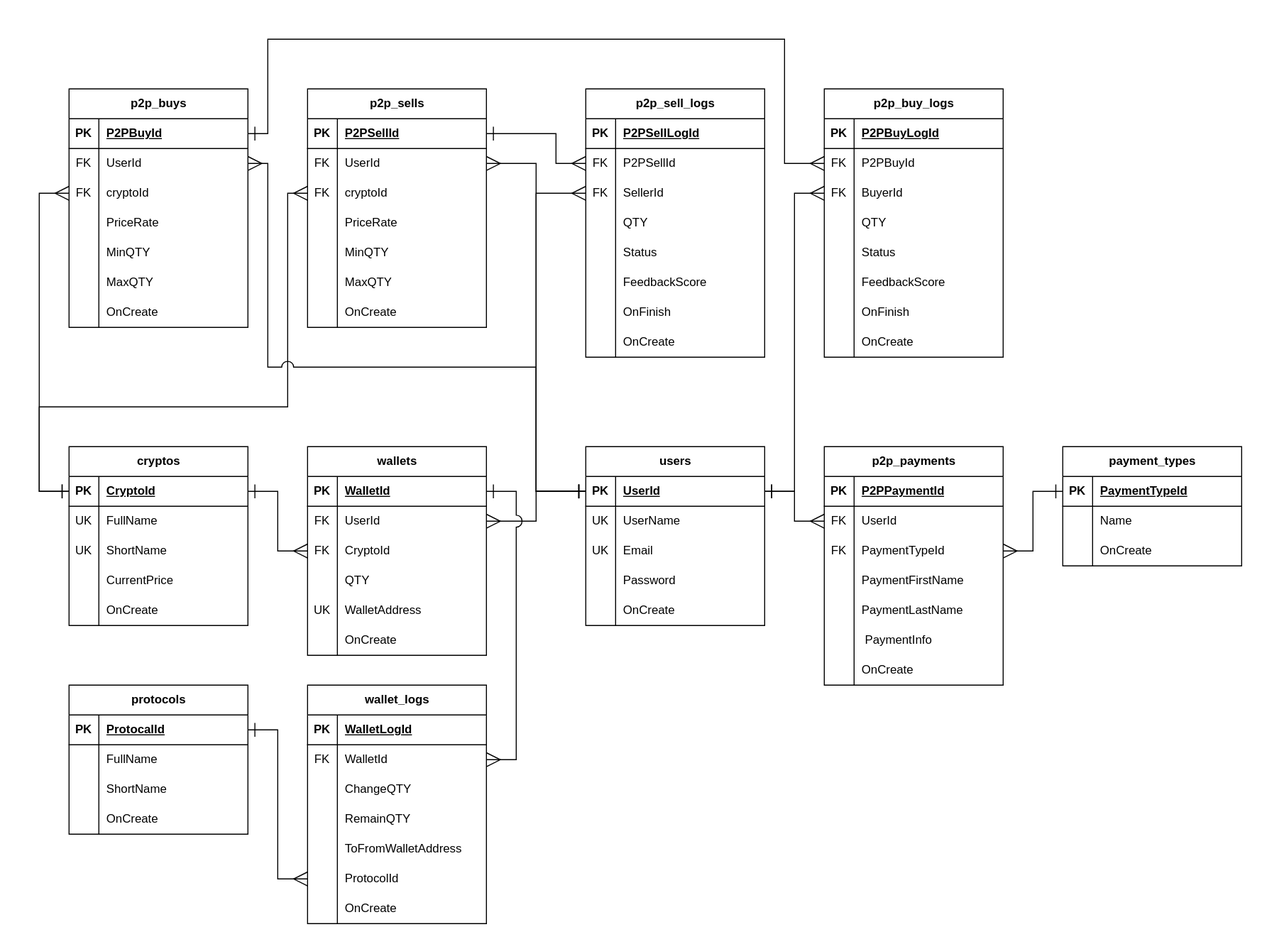
Above: diagram/ER_diagram.svg in MeRrai333/express_be_p2p_crypto_simulation_api (draw.io), before the change. Source tidied: cells renumbered, new cells last; positions are measured from the earlier drawing's top-left corner, leaving out a move shared by most shapes.
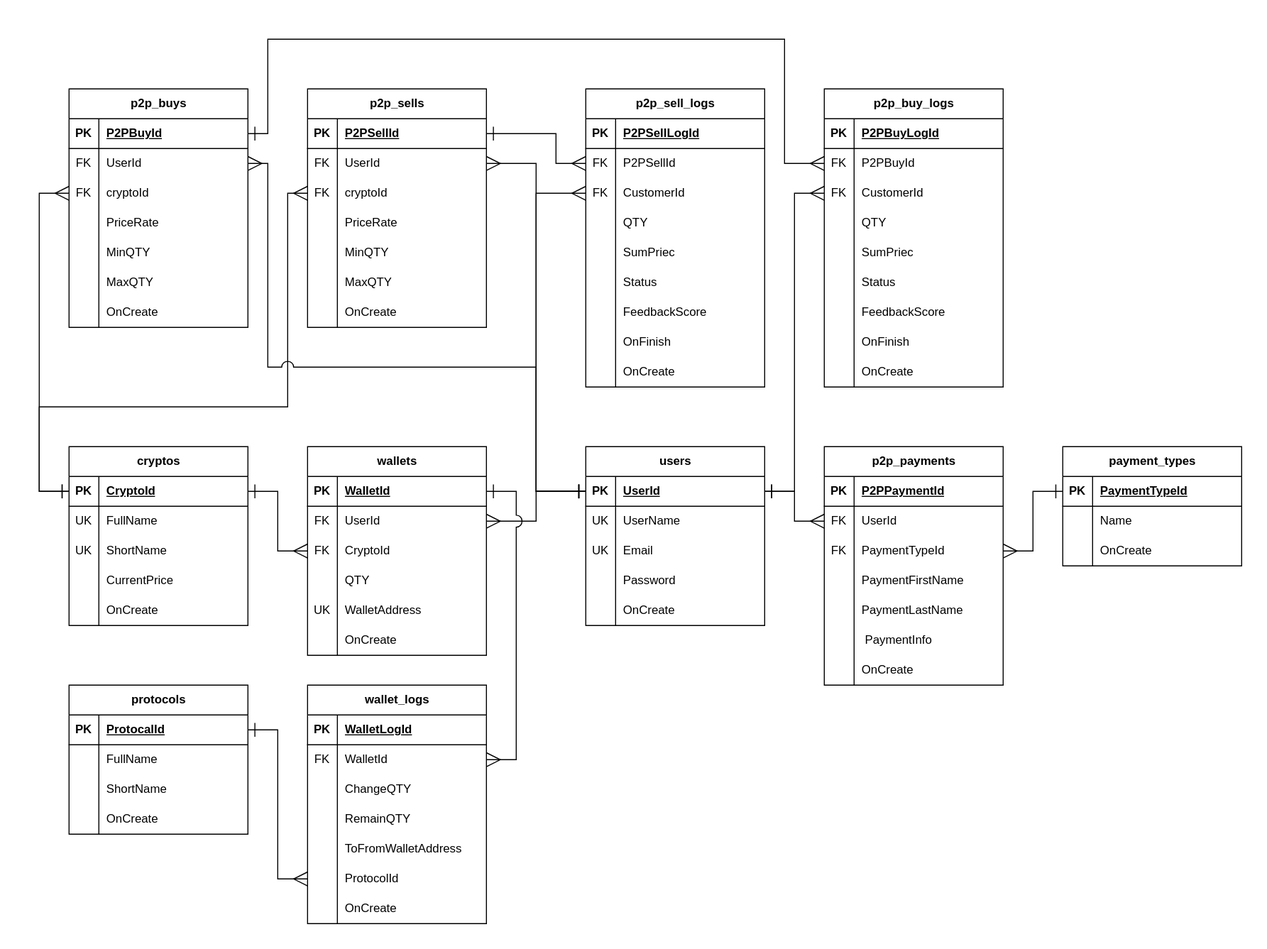
Later version of the same file.

What changed in the source:
```diff
@@ -288,7 +288,7 @@
       <mxGeometry x="30" width="150" height="30" as="geometry" />
     </mxCell>
     <mxCell id="97" value="p2p_buy_logs" style="shape=table;startSize=30;rowLines=0;fontStyle=1;align=center;html=1;" parent="1" vertex="1">
-      <mxGeometry x="790" y="50" width="180" height="270" as="geometry" />
+      <mxGeometry x="790" y="50" width="180" height="300" as="geometry" />
     </mxCell>
     <mxCell id="98" style="shape=tableRow;horizontal=0;startSize=0;swimlaneHead=0;swimlaneBody=0;fillColor=none;top=0;left=0;right=0;bottom=1;" parent="97" vertex="1">
       <mxGeometry y="30" width="180" height="30" as="geometry" />
@@ -314,7 +314,7 @@
     <mxCell id="105" value="FK" style="shape=partialRectangle;fillColor=none;top=0;left=0;bottom=0;right=0;overflow=hidden;whiteSpace=wrap;html=1;" parent="104" vertex="1">
       <mxGeometry width="30" height="30" as="geometry" />
     </mxCell>
-    <mxCell id="106" value="BuyerId" style="shape=partialRectangle;fillColor=none;top=0;left=0;bottom=0;right=0;align=left;spacingLeft=6;overflow=hidden;whiteSpace=wrap;html=1;" parent="104" vertex="1">
+    <mxCell id="106" value="CustomerId" style="shape=partialRectangle;fillColor=none;top=0;left=0;bottom=0;right=0;align=left;spacingLeft=6;overflow=hidden;whiteSpace=wrap;html=1;" parent="104" vertex="1">
       <mxGeometry x="30" width="150" height="30" as="geometry" />
     </mxCell>
     <mxCell id="107" style="shape=tableRow;horizontal=0;startSize=0;swimlaneHead=0;swimlaneBody=0;fillColor=none;top=0;left=0;right=0;bottom=0;" parent="97" vertex="1">
@@ -326,8 +326,17 @@
     <mxCell id="109" value="QTY" style="shape=partialRectangle;fillColor=none;top=0;left=0;bottom=0;right=0;align=left;spacingLeft=6;overflow=hidden;whiteSpace=wrap;html=1;" parent="107" vertex="1">
       <mxGeometry x="30" width="150" height="30" as="geometry" />
     </mxCell>
+    <mxCell id="228" style="shape=tableRow;horizontal=0;startSize=0;swimlaneHead=0;swimlaneBody=0;fillColor=none;top=0;left=0;right=0;bottom=0;" parent="97" vertex="1">
+      <mxGeometry y="150" width="180" height="30" as="geometry" />
+    </mxCell>
+    <mxCell id="229" style="shape=partialRectangle;fillColor=none;top=0;left=0;bottom=0;right=0;overflow=hidden;whiteSpace=wrap;html=1;" parent="228" vertex="1">
+      <mxGeometry width="30" height="30" as="geometry" />
+    </mxCell>
+    <mxCell id="230" value="SumPriec" style="shape=partialRectangle;fillColor=none;top=0;left=0;bottom=0;right=0;align=left;spacingLeft=6;overflow=hidden;whiteSpace=wrap;html=1;" parent="228" vertex="1">
+      <mxGeometry x="30" width="150" height="30" as="geometry" />
+    </mxCell>
     <mxCell id="110" style="shape=tableRow;horizontal=0;startSize=0;swimlaneHead=0;swimlaneBody=0;fillColor=none;top=0;left=0;right=0;bottom=0;" parent="97" vertex="1">
-      <mxGeometry y="150" width="180" height="30" as="geometry" />
+      <mxGeometry y="180" width="180" height="30" as="geometry" />
     </mxCell>
     <mxCell id="111" style="shape=partialRectangle;fillColor=none;top=0;left=0;bottom=0;right=0;overflow=hidden;whiteSpace=wrap;html=1;" parent="110" vertex="1">
       <mxGeometry width="30" height="30" as="geometry" />
@@ -336,7 +345,7 @@
       <mxGeometry x="30" width="150" height="30" as="geometry" />
     </mxCell>
     <mxCell id="113" style="shape=tableRow;horizontal=0;startSize=0;swimlaneHead=0;swimlaneBody=0;fillColor=none;top=0;left=0;right=0;bottom=0;" parent="97" vertex="1">
-      <mxGeometry y="180" width="180" height="30" as="geometry" />
+      <mxGeometry y="210" width="180" height="30" as="geometry" />
     </mxCell>
     <mxCell id="114" style="shape=partialRectangle;fillColor=none;top=0;left=0;bottom=0;right=0;overflow=hidden;whiteSpace=wrap;html=1;" parent="113" vertex="1">
       <mxGeometry width="30" height="30" as="geometry" />
@@ -345,7 +354,7 @@
       <mxGeometry x="30" width="150" height="30" as="geometry" />
     </mxCell>
     <mxCell id="116" style="shape=tableRow;horizontal=0;startSize=0;swimlaneHead=0;swimlaneBody=0;fillColor=none;top=0;left=0;right=0;bottom=0;" parent="97" vertex="1">
-      <mxGeometry y="210" width="180" height="30" as="geometry" />
+      <mxGeometry y="240" width="180" height="30" as="geometry" />
     </mxCell>
     <mxCell id="117" style="shape=partialRectangle;fillColor=none;top=0;left=0;bottom=0;right=0;overflow=hidden;whiteSpace=wrap;html=1;" parent="116" vertex="1">
       <mxGeometry width="30" height="30" as="geometry" />
@@ -354,7 +363,7 @@
       <mxGeometry x="30" width="150" height="30" as="geometry" />
     </mxCell>
     <mxCell id="119" style="shape=tableRow;horizontal=0;startSize=0;swimlaneHead=0;swimlaneBody=0;fillColor=none;top=0;left=0;right=0;bottom=0;" parent="97" vertex="1">
-      <mxGeometry y="240" width="180" height="30" as="geometry" />
+      <mxGeometry y="270" width="180" height="30" as="geometry" />
     </mxCell>
     <mxCell id="120" style="shape=partialRectangle;fillColor=none;top=0;left=0;bottom=0;right=0;overflow=hidden;whiteSpace=wrap;html=1;" parent="119" vertex="1">
       <mxGeometry width="30" height="30" as="geometry" />
@@ -443,7 +452,7 @@
       <mxGeometry x="30" width="150" height="30" as="geometry" />
     </mxCell>
     <mxCell id="147" value="p2p_sell_logs" style="shape=table;startSize=30;rowLines=0;fontStyle=1;align=center;html=1;" parent="1" vertex="1">
-      <mxGeometry x="550" y="50" width="180" height="270" as="geometry" />
+      <mxGeometry x="550" y="50" width="180" height="300" as="geometry" />
     </mxCell>
     <mxCell id="148" style="shape=tableRow;horizontal=0;startSize=0;swimlaneHead=0;swimlaneBody=0;fillColor=none;top=0;left=0;right=0;bottom=1;" parent="147" vertex="1">
       <mxGeometry y="30" width="180" height="30" as="geometry" />
@@ -469,7 +478,7 @@
     <mxCell id="155" value="FK" style="shape=partialRectangle;fillColor=none;top=0;left=0;bottom=0;right=0;overflow=hidden;whiteSpace=wrap;html=1;" parent="154" vertex="1">
       <mxGeometry width="30" height="30" as="geometry" />
     </mxCell>
-    <mxCell id="156" value="SellerId" style="shape=partialRectangle;fillColor=none;top=0;left=0;bottom=0;right=0;align=left;spacingLeft=6;overflow=hidden;whiteSpace=wrap;html=1;" parent="154" vertex="1">
+    <mxCell id="156" value="CustomerId" style="shape=partialRectangle;fillColor=none;top=0;left=0;bottom=0;right=0;align=left;spacingLeft=6;overflow=hidden;whiteSpace=wrap;html=1;" parent="154" vertex="1">
       <mxGeometry x="30" width="150" height="30" as="geometry" />
     </mxCell>
     <mxCell id="157" style="shape=tableRow;horizontal=0;startSize=0;swimlaneHead=0;swimlaneBody=0;fillColor=none;top=0;left=0;right=0;bottom=0;" parent="147" vertex="1">
@@ -481,8 +490,17 @@
     <mxCell id="159" value="QTY" style="shape=partialRectangle;fillColor=none;top=0;left=0;bottom=0;right=0;align=left;spacingLeft=6;overflow=hidden;whiteSpace=wrap;html=1;" parent="157" vertex="1">
       <mxGeometry x="30" width="150" height="30" as="geometry" />
     </mxCell>
+    <mxCell id="231" style="shape=tableRow;horizontal=0;startSize=0;swimlaneHead=0;swimlaneBody=0;fillColor=none;top=0;left=0;right=0;bottom=0;" parent="147" vertex="1">
+      <mxGeometry y="150" width="180" height="30" as="geometry" />
+    </mxCell>
+    <mxCell id="232" style="shape=partialRectangle;fillColor=none;top=0;left=0;bottom=0;right=0;overflow=hidden;whiteSpace=wrap;html=1;" parent="231" vertex="1">
+      <mxGeometry width="30" height="30" as="geometry" />
+    </mxCell>
+    <mxCell id="233" value="SumPriec" style="shape=partialRectangle;fillColor=none;top=0;left=0;bottom=0;right=0;align=left;spacingLeft=6;overflow=hidden;whiteSpace=wrap;html=1;" parent="231" vertex="1">
+      <mxGeometry x="30" width="150" height="30" as="geometry" />
+    </mxCell>
     <mxCell id="160" style="shape=tableRow;horizontal=0;startSize=0;swimlaneHead=0;swimlaneBody=0;fillColor=none;top=0;left=0;right=0;bottom=0;" parent="147" vertex="1">
-      <mxGeometry y="150" width="180" height="30" as="geometry" />
+      <mxGeometry y="180" width="180" height="30" as="geometry" />
     </mxCell>
     <mxCell id="161" style="shape=partialRectangle;fillColor=none;top=0;left=0;bottom=0;right=0;overflow=hidden;whiteSpace=wrap;html=1;" parent="160" vertex="1">
       <mxGeometry width="30" height="30" as="geometry" />
@@ -491,7 +509,7 @@
       <mxGeometry x="30" width="150" height="30" as="geometry" />
     </mxCell>
     <mxCell id="163" style="shape=tableRow;horizontal=0;startSize=0;swimlaneHead=0;swimlaneBody=0;fillColor=none;top=0;left=0;right=0;bottom=0;" parent="147" vertex="1">
-      <mxGeometry y="180" width="180" height="30" as="geometry" />
+      <mxGeometry y="210" width="180" height="30" as="geometry" />
     </mxCell>
     <mxCell id="164" style="shape=partialRectangle;fillColor=none;top=0;left=0;bottom=0;right=0;overflow=hidden;whiteSpace=wrap;html=1;" parent="163" vertex="1">
       <mxGeometry width="30" height="30" as="geometry" />
@@ -500,7 +518,7 @@
       <mxGeometry x="30" width="150" height="30" as="geometry" />
     </mxCell>
     <mxCell id="166" style="shape=tableRow;horizontal=0;startSize=0;swimlaneHead=0;swimlaneBody=0;fillColor=none;top=0;left=0;right=0;bottom=0;" parent="147" vertex="1">
-      <mxGeometry y="210" width="180" height="30" as="geometry" />
+      <mxGeometry y="240" width="180" height="30" as="geometry" />
     </mxCell>
     <mxCell id="167" style="shape=partialRectangle;fillColor=none;top=0;left=0;bottom=0;right=0;overflow=hidden;whiteSpace=wrap;html=1;" parent="166" vertex="1">
       <mxGeometry width="30" height="30" as="geometry" />
@@ -509,7 +527,7 @@
       <mxGeometry x="30" width="150" height="30" as="geometry" />
     </mxCell>
     <mxCell id="169" style="shape=tableRow;horizontal=0;startSize=0;swimlaneHead=0;swimlaneBody=0;fillColor=none;top=0;left=0;right=0;bottom=0;" parent="147" vertex="1">
-      <mxGeometry y="240" width="180" height="30" as="geometry" />
+      <mxGeometry y="270" width="180" height="30" as="geometry" />
     </mxCell>
     <mxCell id="170" style="shape=partialRectangle;fillColor=none;top=0;left=0;bottom=0;right=0;overflow=hidden;whiteSpace=wrap;html=1;" parent="169" vertex="1">
       <mxGeometry width="30" height="30" as="geometry" />
```
